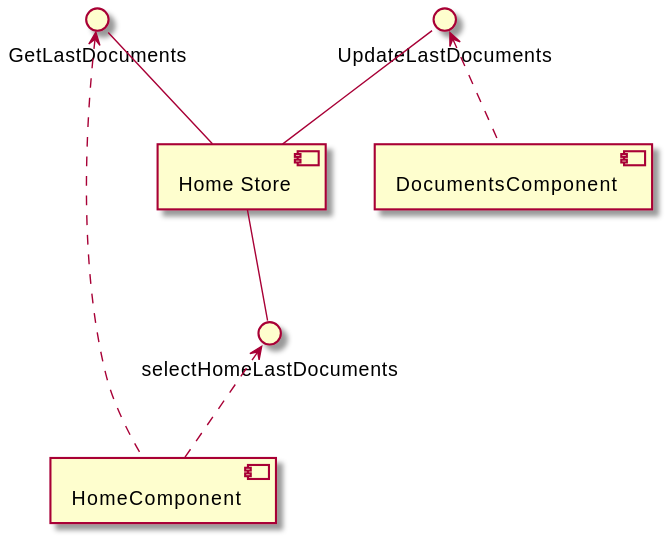
HISPAMUS/muret keeps this PlantUML diagram as documentation/puml/angular/home_store_component.svg. Above is the earlier version.
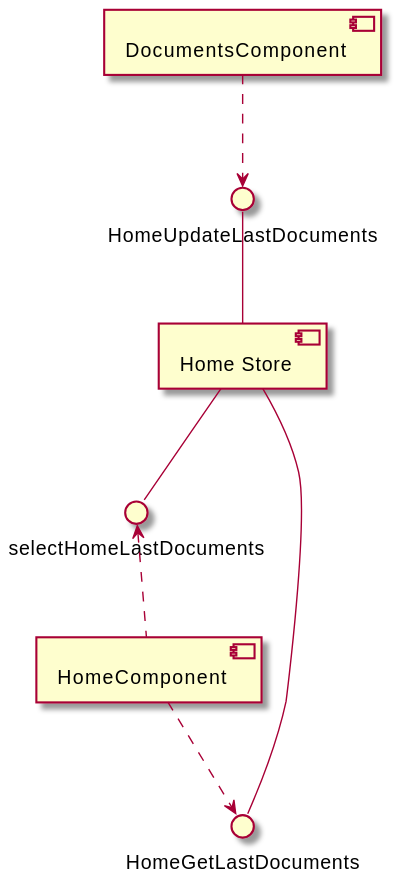
The same file after the commit.

Change to the diagram source:
```diff
@@ -1,11 +1,11 @@
 @startuml home_store_component
     [Home Store]
-    GetLastDocuments -- [Home Store]
-    UpdateLastDocuments -- [Home Store]
+    HomeGetLastDocuments -- [Home Store]
+    HomeUpdateLastDocuments -- [Home Store]
     [Home Store] -- selectHomeLastDocuments
 
-    [GetLastDocuments] <.. [HomeComponent]
-    [UpdateLastDocuments] <.. [DocumentsComponent]
+    [HomeComponent] ..> HomeGetLastDocuments
+    [DocumentsComponent] ..> HomeUpdateLastDocuments
 
     selectHomeLastDocuments <.. [HomeComponent]
 @enduml
```
